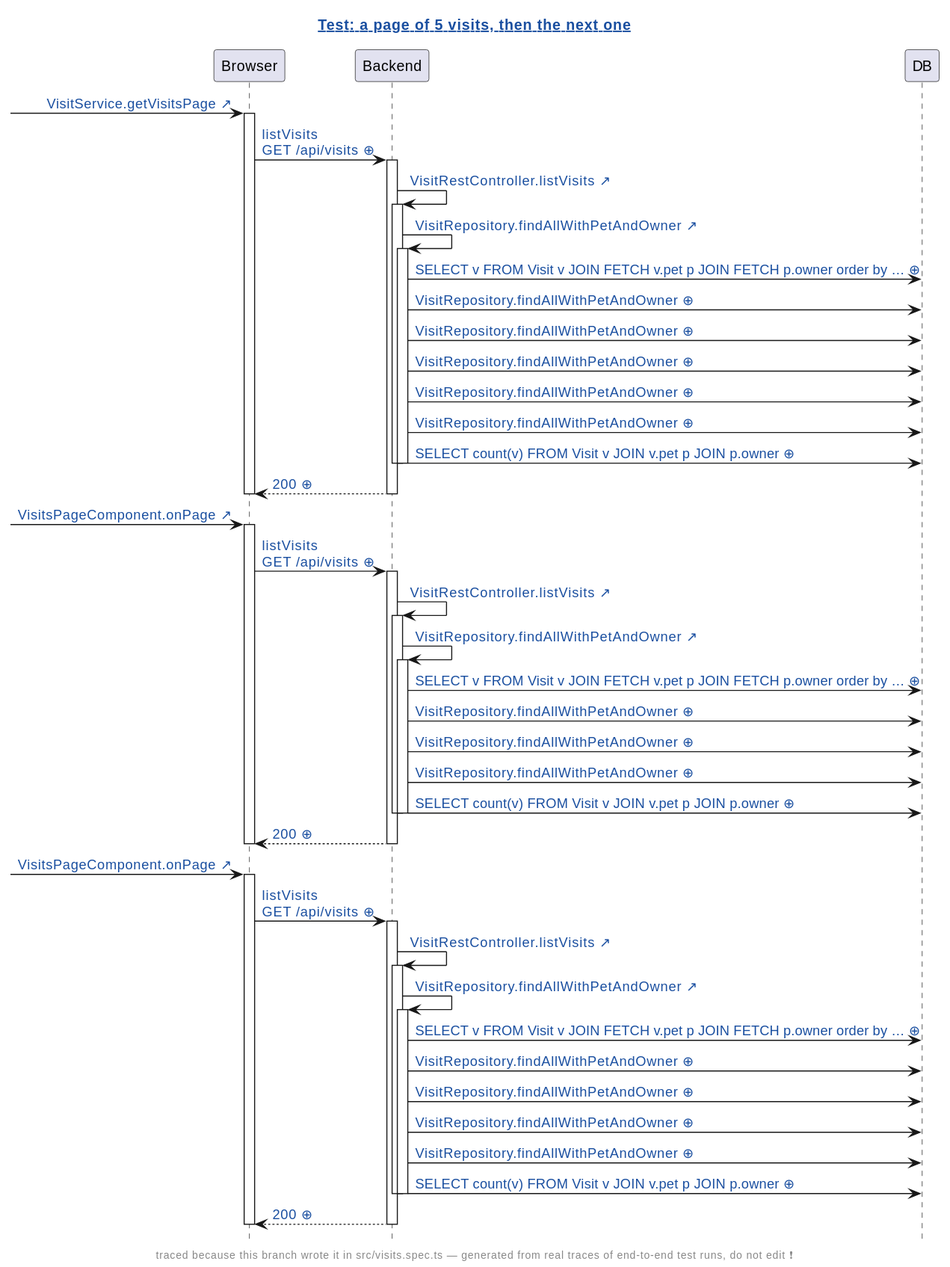
The PlantUML diagram demo/demo2/assets/diagrams/petclinic-test_generated_visits.spec.ts.a-page-of-5-visits-then-the-next-one.genseq.new.svg in victorrentea/human-review, before a commit.
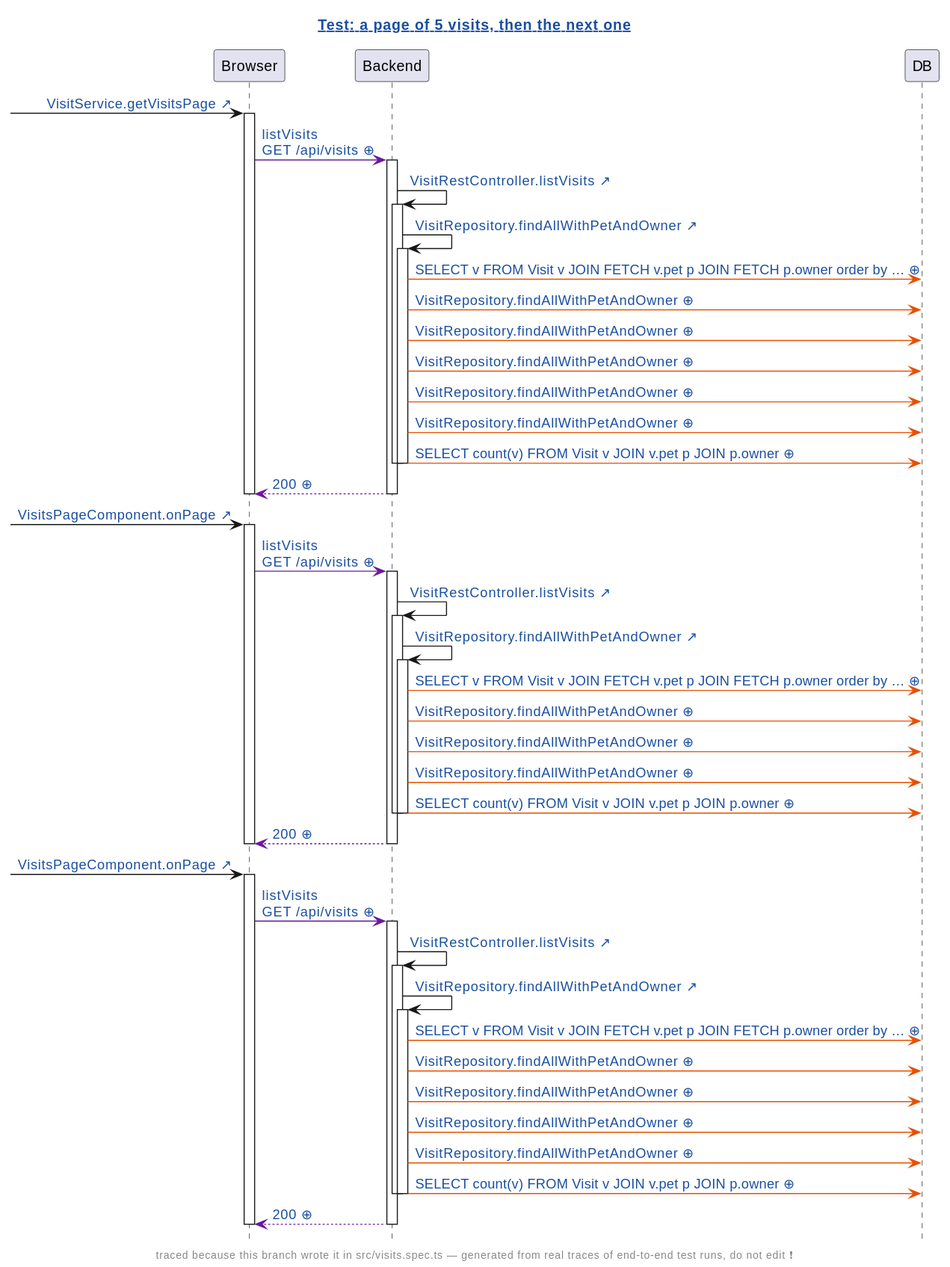
Later version of the same file.

The edit, as a diff of the source:
```diff
@@ -11,59 +11,59 @@
 participant DB
 [-> Browser: [[src://petclinic-frontend/src/app/visits/visits-page/visits-page.component.ts:50{Click to open the line that sent this request: visits-page.component.ts:50} VisitService.getVisitsPage ↗]]
 activate Browser
-Browser -> Backend: [[genseq://09jss6p{Click for the request as it was sent} listVisits\nGET /api/visits ⊕]]
+Browser -[#6A1B9A]> Backend: [[genseq://09jss6p{Click for the request as it was sent} listVisits\nGET /api/visits ⊕]]
 activate Backend
 Backend -> Backend: [[src://petclinic-backend/src/main/java/victor/training/petclinic/rest/VisitRestController.java:54{Click to open VisitRestController.listVisits} VisitRestController.listVisits ↗]]
 activate Backend
 Backend -> Backend: [[src://petclinic-backend/src/main/java/victor/training/petclinic/repository/VisitRepository.java:22{Click to open VisitRepository.findAllWithPetAndOwner} VisitRepository.findAllWithPetAndOwner ↗]]
 activate Backend
-Backend -> DB: [[genseq://114roce{Click for the statement behind this call} SELECT v FROM Visit v JOIN FETCH v.pet p JOIN FETCH p.owner order by … ⊕]]
-Backend -> DB: [[genseq://070fg5f{Click for the statement behind this call} VisitRepository.findAllWithPetAndOwner ⊕]]
-Backend -> DB: [[genseq://0xm9qzg{Click for the statement behind this call} VisitRepository.findAllWithPetAndOwner ⊕]]
-Backend -> DB: [[genseq://1heb9yw{Click for the statement behind this call} VisitRepository.findAllWithPetAndOwner ⊕]]
-Backend -> DB: [[genseq://094wceq{Click for the statement behind this call} VisitRepository.findAllWithPetAndOwner ⊕]]
-Backend -> DB: [[genseq://0cvbten{Click for the statement behind this call} VisitRepository.findAllWithPetAndOwner ⊕]]
-Backend -> DB: [[genseq://0gohwr7{Click for the statement behind this call} SELECT count(v) FROM Visit v JOIN v.pet p JOIN p.owner ⊕]]
+Backend -[#E65100]> DB: [[genseq://114roce{Click for the statement behind this call} SELECT v FROM Visit v JOIN FETCH v.pet p JOIN FETCH p.owner order by … ⊕]]
+Backend -[#E65100]> DB: [[genseq://070fg5f{Click for the statement behind this call} VisitRepository.findAllWithPetAndOwner ⊕]]
+Backend -[#E65100]> DB: [[genseq://0xm9qzg{Click for the statement behind this call} VisitRepository.findAllWithPetAndOwner ⊕]]
+Backend -[#E65100]> DB: [[genseq://1heb9yw{Click for the statement behind this call} VisitRepository.findAllWithPetAndOwner ⊕]]
+Backend -[#E65100]> DB: [[genseq://094wceq{Click for the statement behind this call} VisitRepository.findAllWithPetAndOwner ⊕]]
+Backend -[#E65100]> DB: [[genseq://0cvbten{Click for the statement behind this call} VisitRepository.findAllWithPetAndOwner ⊕]]
+Backend -[#E65100]> DB: [[genseq://0gohwr7{Click for the statement behind this call} SELECT count(v) FROM Visit v JOIN v.pet p JOIN p.owner ⊕]]
 deactivate Backend
 deactivate Backend
-Backend --> Browser: [[genseq://1gl89nl{Click for this call’s JSON body} 200 ⊕]]
+Backend -[#6A1B9A]-> Browser: [[genseq://1gl89nl{Click for this call’s JSON body} 200 ⊕]]
 deactivate Backend
 deactivate Browser
 [-> Browser: [[src://petclinic-frontend/src/app/visits/visits-page/visits-page.component.ts:59{Click to open the line that sent this request: visits-page.component.ts:86 ← visits-page.component.ts:59 ← visits-page.component.html:38} VisitsPageComponent.onPage ↗]]
 activate Browser
-Browser -> Backend: [[genseq://16lw5x1{Click for the request as it was sent} listVisits\nGET /api/visits ⊕]]
+Browser -[#6A1B9A]> Backend: [[genseq://16lw5x1{Click for the request as it was sent} listVisits\nGET /api/visits ⊕]]
 activate Backend
 Backend -> Backend: [[src://petclinic-backend/src/main/java/victor/training/petclinic/rest/VisitRestController.java:54{Click to open VisitRestController.listVisits} VisitRestController.listVisits ↗]]
 activate Backend
 Backend -> Backend: [[src://petclinic-backend/src/main/java/victor/training/petclinic/repository/VisitRepository.java:22{Click to open VisitRepository.findAllWithPetAndOwner} VisitRepository.findAllWithPetAndOwner ↗]]
 activate Backend
-Backend -> DB: [[genseq://02yhodo{Click for the statement behind this call} SELECT v FROM Visit v JOIN FETCH v.pet p JOIN FETCH p.owner order by … ⊕]]
-Backend -> DB: [[genseq://070fg5f{Click for the statement behind this call} VisitRepository.findAllWithPetAndOwner ⊕]]
-Backend -> DB: [[genseq://0xm9qzg{Click for the statement behind this call} VisitRepository.findAllWithPetAndOwner ⊕]]
-Backend -> DB: [[genseq://1heb9yw{Click for the statement behind this call} VisitRepository.findAllWithPetAndOwner ⊕]]
-Backend -> DB: [[genseq://0gohwr7{Click for the statement behind this call} SELECT count(v) FROM Visit v JOIN v.pet p JOIN p.owner ⊕]]
+Backend -[#E65100]> DB: [[genseq://02yhodo{Click for the statement behind this call} SELECT v FROM Visit v JOIN FETCH v.pet p JOIN FETCH p.owner order by … ⊕]]
+Backend -[#E65100]> DB: [[genseq://070fg5f{Click for the statement behind this call} VisitRepository.findAllWithPetAndOwner ⊕]]
+Backend -[#E65100]> DB: [[genseq://0xm9qzg{Click for the statement behind this call} VisitRepository.findAllWithPetAndOwner ⊕]]
+Backend -[#E65100]> DB: [[genseq://1heb9yw{Click for the statement behind this call} VisitRepository.findAllWithPetAndOwner ⊕]]
+Backend -[#E65100]> DB: [[genseq://0gohwr7{Click for the statement behind this call} SELECT count(v) FROM Visit v JOIN v.pet p JOIN p.owner ⊕]]
 deactivate Backend
 deactivate Backend
-Backend --> Browser: [[genseq://0xfw4pf{Click for this call’s JSON body} 200 ⊕]]
+Backend -[#6A1B9A]-> Browser: [[genseq://0xfw4pf{Click for this call’s JSON body} 200 ⊕]]
 deactivate Backend
 deactivate Browser
 [-> Browser: [[src://petclinic-frontend/src/app/visits/visits-page/visits-page.component.ts:59{Click to open the line that sent this request: visits-page.component.ts:86 ← visits-page.component.ts:59 ← visits-page.component.html:38} VisitsPageComponent.onPage ↗]]
 activate Browser
-Browser -> Backend: [[genseq://1kd3t99{Click for the request as it was sent} listVisits\nGET /api/visits ⊕]]
+Browser -[#6A1B9A]> Backend: [[genseq://1kd3t99{Click for the request as it was sent} listVisits\nGET /api/visits ⊕]]
 activate Backend
 Backend -> Backend: [[src://petclinic-backend/src/main/java/victor/training/petclinic/rest/VisitRestController.java:54{Click to open VisitRestController.listVisits} VisitRestController.listVisits ↗]]
 activate Backend
 Backend -> Backend: [[src://petclinic-backend/src/main/java/victor/training/petclinic/repository/VisitRepository.java:22{Click to open VisitRepository.findAllWithPetAndOwner} VisitRepository.findAllWithPetAndOwner ↗]]
 activate Backend
-Backend -> DB: [[genseq://126qy94{Click for the statement behind this call} SELECT v FROM Visit v JOIN FETCH v.pet p JOIN FETCH p.owner order by … ⊕]]
-Backend -> DB: [[genseq://094wceq{Click for the statement behind this call} VisitRepository.findAllWithPetAndOwner ⊕]]
-Backend -> DB: [[genseq://0xm9qzg{Click for the statement behind this call} VisitRepository.findAllWithPetAndOwner ⊕]]
-Backend -> DB: [[genseq://0cvbten{Click for the statement behind this call} VisitRepository.findAllWithPetAndOwner ⊕]]
-Backend -> DB: [[genseq://070fg5f{Click for the statement behind this call} VisitRepository.findAllWithPetAndOwner ⊕]]
-Backend -> DB: [[genseq://0gohwr7{Click for the statement behind this call} SELECT count(v) FROM Visit v JOIN v.pet p JOIN p.owner ⊕]]
+Backend -[#E65100]> DB: [[genseq://126qy94{Click for the statement behind this call} SELECT v FROM Visit v JOIN FETCH v.pet p JOIN FETCH p.owner order by … ⊕]]
+Backend -[#E65100]> DB: [[genseq://094wceq{Click for the statement behind this call} VisitRepository.findAllWithPetAndOwner ⊕]]
+Backend -[#E65100]> DB: [[genseq://0xm9qzg{Click for the statement behind this call} VisitRepository.findAllWithPetAndOwner ⊕]]
+Backend -[#E65100]> DB: [[genseq://0cvbten{Click for the statement behind this call} VisitRepository.findAllWithPetAndOwner ⊕]]
+Backend -[#E65100]> DB: [[genseq://070fg5f{Click for the statement behind this call} VisitRepository.findAllWithPetAndOwner ⊕]]
+Backend -[#E65100]> DB: [[genseq://0gohwr7{Click for the statement behind this call} SELECT count(v) FROM Visit v JOIN v.pet p JOIN p.owner ⊕]]
 deactivate Backend
 deactivate Backend
-Backend --> Browser: [[genseq://1su7rdl{Click for this call’s JSON body} 200 ⊕]]
+Backend -[#6A1B9A]-> Browser: [[genseq://1su7rdl{Click for this call’s JSON body} 200 ⊕]]
 deactivate Backend
 deactivate Browser
 @enduml
```
